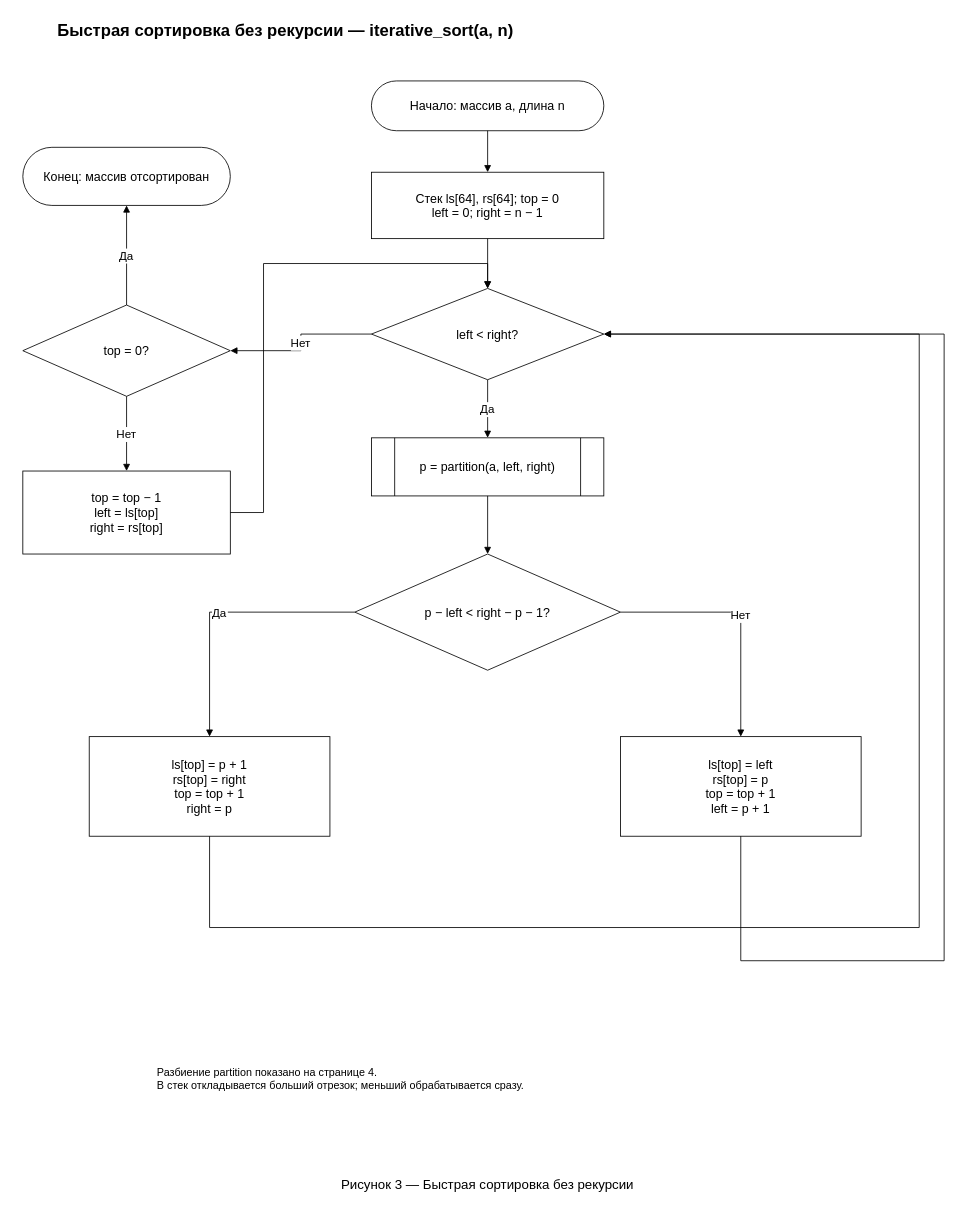
Lemetist/iit keeps this draw.io diagram as page "3. Быстрая без рекурсии" (3 of 4) of ЛБ2/Блок-схемы сортировок.drawio. Above is the earlier version. Source tidied: cells renumbered, new cells numbered last; positions are measured from the earlier drawing's top-left corner, leaving out a move shared by most shapes. Both pictures are drawn from the tidied source at 83%, with x=0, y=0 at pixel (14, 14).
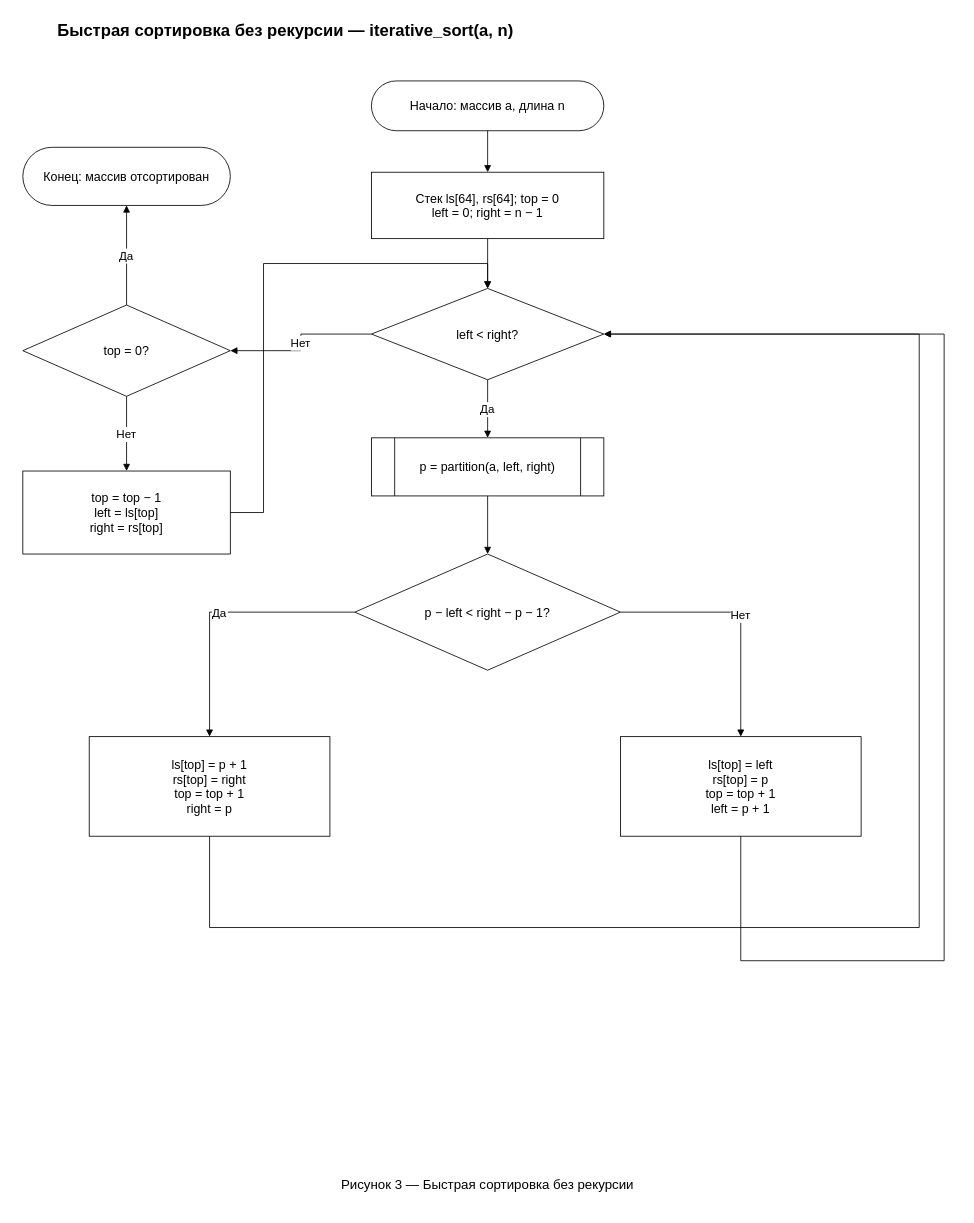
The same diagram, later.

The edit, as a diff of the source:
```diff
@@
-    <mxCell id="13" value="Разбиение partition показано на странице 4.&#10;В стек откладывается больший отрезок; меньший обрабатывается сразу." style="whiteSpace=wrap;html=0;fontFamily=Arial;fontSize=15;strokeColor=#000000;fillColor=#ffffff;align=center;verticalAlign=middle;text;strokeColor=none;fillColor=none;align=left;fontSize=13;" parent="1" vertex="1">
-      <mxGeometry x="170" y="1260" width="850" height="70" as="geometry" />
-    </mxCell>
```
